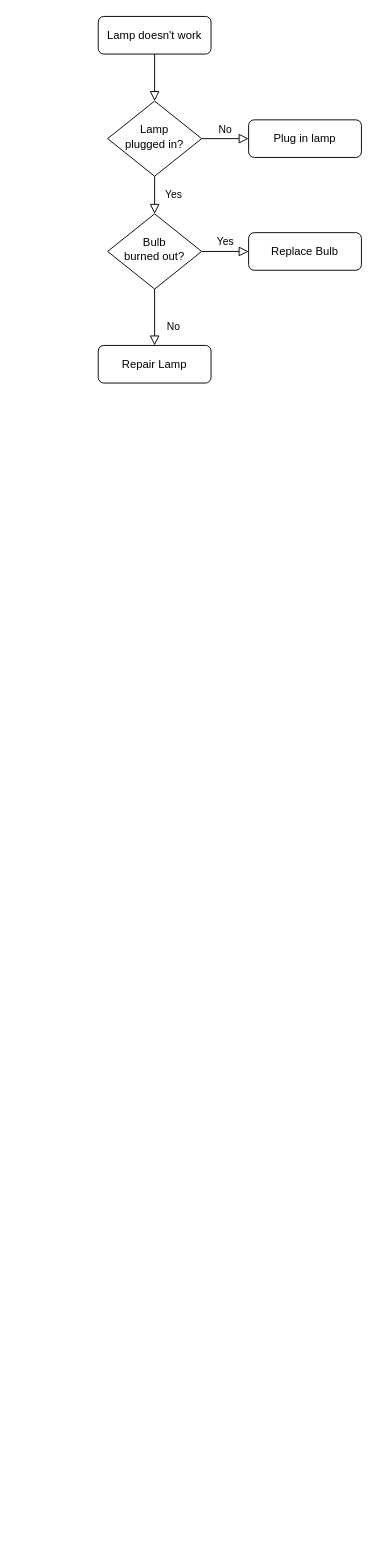
The draw.io diagram itsmcreateapp.drawio in enchanter1cl/test-demo, before the edit. Source tidied: cells renumbered, new cells numbered last; positions are measured from the earlier drawing's top-left corner, leaving out a move shared by most shapes. Both pictures are drawn from the tidied source at 94%, with x=0, y=0 at pixel (98, 16).
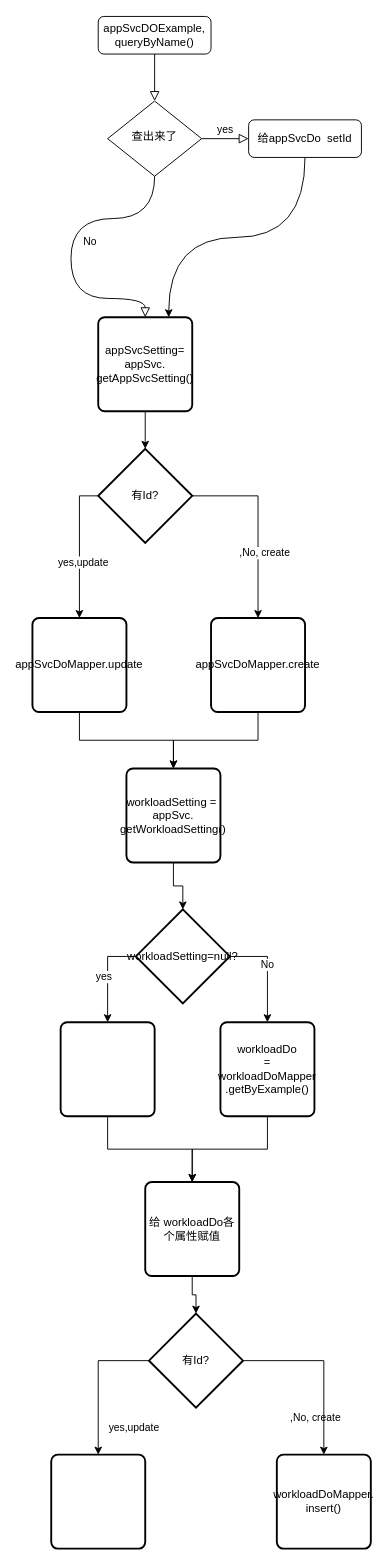
The same diagram, later.

Diff of the diagram source:
```diff
@@
-    <mxCell id="3" value="Lamp doesn't work" style="rounded=1;whiteSpace=wrap;html=1;fontSize=12;glass=0;strokeWidth=1;shadow=0;" parent="1" vertex="1">
+    <mxCell id="3" value="appSvcDOExample, queryByName()" style="rounded=1;whiteSpace=wrap;html=1;fontSize=12;glass=0;strokeWidth=1;shadow=0;" parent="1" vertex="1">
       <mxGeometry width="120" height="40" as="geometry" />
     </mxCell>
-    <mxCell id="4" value="Yes" style="rounded=0;html=1;jettySize=auto;fontSize=11;endArrow=block;endFill=0;endSize=8;strokeWidth=1;shadow=0;labelBackgroundColor=none;edgeStyle=orthogonalEdgeStyle;" parent="1" edge="1" source="6" target="10">
-      <mxGeometry y="20" relative="1" as="geometry" />
+    <mxCell id="4" value="No" style="rounded=0;html=1;jettySize=auto;fontSize=11;endArrow=block;endFill=0;endSize=8;strokeWidth=1;shadow=0;labelBackgroundColor=none;edgeStyle=orthogonalEdgeStyle;exitX=0.5;exitY=1;exitDx=0;exitDy=0;curved=1;entryX=0.5;entryY=0;entryDx=0;entryDy=0;" parent="1" edge="1" source="6" target="15">
+      <mxGeometry y="20" relative="1" as="geometry">
+        <Array as="points">
+          <mxPoint x="60" y="215" />
+          <mxPoint x="-29" y="215" />
+          <mxPoint x="-29" y="300" />
+        </Array>
+      </mxGeometry>
     </mxCell>
-    <mxCell id="5" value="No" style="edgeStyle=orthogonalEdgeStyle;rounded=0;html=1;jettySize=auto;fontSize=11;endArrow=block;endFill=0;endSize=8;strokeWidth=1;shadow=0;labelBackgroundColor=none;" parent="1" edge="1" source="6" target="7">
+    <mxCell id="5" value="yes" style="edgeStyle=orthogonalEdgeStyle;rounded=0;html=1;jettySize=auto;fontSize=11;endArrow=block;endFill=0;endSize=8;strokeWidth=1;shadow=0;labelBackgroundColor=none;" parent="1" edge="1" source="6" target="7">
       <mxGeometry y="10" relative="1" as="geometry" />
     </mxCell>
-    <mxCell id="6" value="Lamp&lt;br&gt;plugged in?" style="rhombus;whiteSpace=wrap;html=1;shadow=0;fontFamily=Helvetica;fontSize=12;align=center;strokeWidth=1;spacing=6;spacingTop=-4;" parent="1" vertex="1">
+    <mxCell id="6" value="查出来了" style="rhombus;whiteSpace=wrap;html=1;shadow=0;fontFamily=Helvetica;fontSize=12;align=center;strokeWidth=1;spacing=6;spacingTop=-4;" parent="1" vertex="1">
       <mxGeometry x="10" y="90" width="100" height="80" as="geometry" />
     </mxCell>
+    <mxCell id="13" style="edgeStyle=orthogonalEdgeStyle;rounded=0;jettySize=auto;html=1;entryX=0.75;entryY=0;entryDx=0;entryDy=0;curved=1;exitX=0.5;exitY=1;exitDx=0;exitDy=0;" parent="1" edge="1" source="7" target="15">
+      <mxGeometry relative="1" as="geometry" />
+    </mxCell>
-    <mxCell id="7" value="Plug in lamp" style="rounded=1;whiteSpace=wrap;html=1;fontSize=12;glass=0;strokeWidth=1;shadow=0;" parent="1" vertex="1">
+    <mxCell id="7" value="给appSvcDo&amp;nbsp; setId" style="rounded=1;whiteSpace=wrap;html=1;fontSize=12;glass=0;strokeWidth=1;shadow=0;" parent="1" vertex="1">
       <mxGeometry x="160" y="110" width="120" height="40" as="geometry" />
     </mxCell>
+    <mxCell id="14" style="edgeStyle=orthogonalEdgeStyle;rounded=0;jettySize=auto;html=1;exitX=0.5;exitY=1;exitDx=0;exitDy=0;entryX=0.5;entryY=0;entryDx=0;entryDy=0;entryPerimeter=0;" parent="1" edge="1" source="15" target="22">
+      <mxGeometry relative="1" as="geometry" />
+    </mxCell>
+    <mxCell id="15" value="appSvcSetting=&lt;br&gt;appSvc.&lt;br&gt;getAppSvcSetting()" style="rounded=1;whiteSpace=wrap;html=1;absoluteArcSize=1;arcSize=14;strokeWidth=2;" parent="1" vertex="1">
+      <mxGeometry y="320" width="100" height="100" as="geometry" />
+    </mxCell>
+    <mxCell id="16" style="edgeStyle=orthogonalEdgeStyle;rounded=0;jettySize=auto;html=1;exitX=0.5;exitY=1;exitDx=0;exitDy=0;" parent="1" edge="1" source="17" target="26">
+      <mxGeometry relative="1" as="geometry" />
+    </mxCell>
+    <mxCell id="17" value="appSvcDoMapper.update" style="rounded=1;whiteSpace=wrap;html=1;absoluteArcSize=1;arcSize=14;strokeWidth=2;" parent="1" vertex="1">
+      <mxGeometry x="-70" y="640" width="100" height="100" as="geometry" />
+    </mxCell>
+    <mxCell id="18" style="edgeStyle=orthogonalEdgeStyle;rounded=0;jettySize=auto;html=1;exitX=0;exitY=0.5;exitDx=0;exitDy=0;exitPerimeter=0;entryX=0.5;entryY=0;entryDx=0;entryDy=0;" parent="1" edge="1" source="22" target="17">
+      <mxGeometry relative="1" as="geometry" />
+    </mxCell>
+    <mxCell id="19" value="yes,update" style="edgeLabel;html=1;align=center;verticalAlign=middle;" parent="18" vertex="1">
+      <mxGeometry x="0.2" y="3" relative="1" as="geometry" />
+    </mxCell>
+    <mxCell id="20" style="edgeStyle=orthogonalEdgeStyle;rounded=0;jettySize=auto;html=1;entryX=0.5;entryY=0;entryDx=0;entryDy=0;" parent="1" edge="1" source="22" target="24">
+      <mxGeometry relative="1" as="geometry" />
+    </mxCell>
+    <mxCell id="21" value=",No, create" style="edgeLabel;html=1;align=center;verticalAlign=middle;" parent="20" vertex="1">
+      <mxGeometry x="0.3" y="4" relative="1" as="geometry">
+        <mxPoint x="2" as="offset" />
+      </mxGeometry>
+    </mxCell>
+    <mxCell id="22" value="有Id?" style="strokeWidth=2;html=1;shape=mxgraph.flowchart.decision;whiteSpace=wrap;" parent="1" vertex="1">
+      <mxGeometry y="460" width="100" height="100" as="geometry" />
+    </mxCell>
+    <mxCell id="23" style="edgeStyle=orthogonalEdgeStyle;rounded=0;jettySize=auto;html=1;entryX=0.5;entryY=0;entryDx=0;entryDy=0;" parent="1" edge="1" source="24" target="26">
+      <mxGeometry relative="1" as="geometry" />
+    </mxCell>
+    <mxCell id="24" value="appSvcDoMapper.create" style="rounded=1;whiteSpace=wrap;html=1;absoluteArcSize=1;arcSize=14;strokeWidth=2;" parent="1" vertex="1">
+      <mxGeometry x="120" y="640" width="100" height="100" as="geometry" />
+    </mxCell>
+    <mxCell id="25" style="edgeStyle=orthogonalEdgeStyle;rounded=0;jettySize=auto;html=1;exitX=0.5;exitY=1;exitDx=0;exitDy=0;entryX=0.5;entryY=0;entryDx=0;entryDy=0;entryPerimeter=0;" parent="1" edge="1" source="26" target="30">
+      <mxGeometry relative="1" as="geometry" />
+    </mxCell>
+    <mxCell id="26" value="workloadSetting =&amp;nbsp;&lt;br&gt;appSvc.&lt;br&gt;getWorkloadSetting()" style="rounded=1;whiteSpace=wrap;html=1;absoluteArcSize=1;arcSize=14;strokeWidth=2;" parent="1" vertex="1">
+      <mxGeometry x="30" y="800" width="100" height="100" as="geometry" />
+    </mxCell>
+    <mxCell id="27" style="edgeStyle=orthogonalEdgeStyle;rounded=0;jettySize=auto;html=1;exitX=1;exitY=0.5;exitDx=0;exitDy=0;exitPerimeter=0;" parent="1" edge="1" source="30" target="34">
+      <mxGeometry relative="1" as="geometry" />
+    </mxCell>
-    <mxCell id="8" value="No" style="rounded=0;html=1;jettySize=auto;fontSize=11;endArrow=block;endFill=0;endSize=8;strokeWidth=1;shadow=0;labelBackgroundColor=none;edgeStyle=orthogonalEdgeStyle;" parent="1" edge="1" source="10" target="11">
-      <mxGeometry x="0.33" y="20" relative="1" as="geometry" />
+    <mxCell id="8" value="No" style="edgeLabel;html=1;align=center;verticalAlign=middle;" parent="27" vertex="1">
+      <mxGeometry x="-0.12" y="-1" relative="1" as="geometry" />
     </mxCell>
-    <mxCell id="9" value="Yes" style="edgeStyle=orthogonalEdgeStyle;rounded=0;html=1;jettySize=auto;fontSize=11;endArrow=block;endFill=0;endSize=8;strokeWidth=1;shadow=0;labelBackgroundColor=none;" parent="1" edge="1" source="10" target="12">
-      <mxGeometry y="10" relative="1" as="geometry" />
-    </mxCell>
-    <mxCell id="10" value="Bulb&lt;br&gt;burned out?" style="rhombus;whiteSpace=wrap;html=1;shadow=0;fontFamily=Helvetica;fontSize=12;align=center;strokeWidth=1;spacing=6;spacingTop=-4;" parent="1" vertex="1">
-      <mxGeometry x="10" y="210" width="100" height="80" as="geometry" />
-    </mxCell>
-    <mxCell id="11" value="Repair Lamp" style="rounded=1;whiteSpace=wrap;html=1;fontSize=12;glass=0;strokeWidth=1;shadow=0;" parent="1" vertex="1">
-      <mxGeometry y="350" width="120" height="40" as="geometry" />
-    </mxCell>
-    <mxCell id="12" value="Replace Bulb" style="rounded=1;whiteSpace=wrap;html=1;fontSize=12;glass=0;strokeWidth=1;shadow=0;" parent="1" vertex="1">
-      <mxGeometry x="160" y="230" width="120" height="40" as="geometry" />
-    </mxCell>
+    <mxCell id="28" style="edgeStyle=orthogonalEdgeStyle;rounded=0;jettySize=auto;html=1;exitX=0;exitY=0.5;exitDx=0;exitDy=0;exitPerimeter=0;entryX=0.5;entryY=0;entryDx=0;entryDy=0;" parent="1" edge="1" source="30" target="32">
+      <mxGeometry relative="1" as="geometry" />
+    </mxCell>
+    <mxCell id="29" value="yes" style="edgeLabel;html=1;align=center;verticalAlign=middle;" parent="28" vertex="1">
+      <mxGeometry x="0.02" y="-5" relative="1" as="geometry" />
+    </mxCell>
+    <mxCell id="30" value="workloadSetting=null?" style="strokeWidth=2;html=1;shape=mxgraph.flowchart.decision;whiteSpace=wrap;" parent="1" vertex="1">
+      <mxGeometry x="40" y="950" width="100" height="100" as="geometry" />
+    </mxCell>
+    <mxCell id="31" style="edgeStyle=orthogonalEdgeStyle;rounded=0;jettySize=auto;html=1;exitX=0.5;exitY=1;exitDx=0;exitDy=0;entryX=0.5;entryY=0;entryDx=0;entryDy=0;" parent="1" edge="1" source="32" target="36">
+      <mxGeometry relative="1" as="geometry" />
+    </mxCell>
+    <mxCell id="32" style="rounded=1;whiteSpace=wrap;html=1;absoluteArcSize=1;arcSize=14;strokeWidth=2;" parent="1" vertex="1">
+      <mxGeometry x="-40" y="1070" width="100" height="100" as="geometry" />
+    </mxCell>
+    <mxCell id="33" style="edgeStyle=orthogonalEdgeStyle;rounded=0;jettySize=auto;html=1;exitX=0.5;exitY=1;exitDx=0;exitDy=0;entryX=0.5;entryY=0;entryDx=0;entryDy=0;" parent="1" edge="1" source="34" target="36">
+      <mxGeometry relative="1" as="geometry" />
+    </mxCell>
+    <mxCell id="34" value="workloadDo&lt;br&gt;=&lt;br&gt;workloadDoMapper&lt;br&gt;.getByExample()" style="rounded=1;whiteSpace=wrap;html=1;absoluteArcSize=1;arcSize=14;strokeWidth=2;" parent="1" vertex="1">
+      <mxGeometry x="130" y="1070" width="100" height="100" as="geometry" />
+    </mxCell>
+    <mxCell id="35" style="edgeStyle=orthogonalEdgeStyle;rounded=0;jettySize=auto;html=1;exitX=0.5;exitY=1;exitDx=0;exitDy=0;entryX=0.5;entryY=0;entryDx=0;entryDy=0;entryPerimeter=0;" parent="1" edge="1" source="36" target="41">
+      <mxGeometry relative="1" as="geometry" />
+    </mxCell>
+    <mxCell id="36" value="给 workloadDo各个属性赋值" style="rounded=1;whiteSpace=wrap;html=1;absoluteArcSize=1;arcSize=14;strokeWidth=2;" parent="1" vertex="1">
+      <mxGeometry x="50" y="1240" width="100" height="100" as="geometry" />
+    </mxCell>
+    <mxCell id="37" value="yes,update" style="edgeLabel;html=1;align=center;verticalAlign=middle;" parent="1" vertex="1">
+      <mxGeometry x="37" y="1500" as="geometry" />
+    </mxCell>
+    <mxCell id="38" value=",No, create" style="edgeLabel;html=1;align=center;verticalAlign=middle;" parent="1" vertex="1">
+      <mxGeometry x="230" y="1490" as="geometry" />
+    </mxCell>
+    <mxCell id="39" style="edgeStyle=orthogonalEdgeStyle;rounded=0;jettySize=auto;html=1;exitX=0;exitY=0.5;exitDx=0;exitDy=0;exitPerimeter=0;entryX=0.5;entryY=0;entryDx=0;entryDy=0;" parent="1" edge="1" source="41" target="42">
+      <mxGeometry relative="1" as="geometry" />
+    </mxCell>
+    <mxCell id="40" style="edgeStyle=orthogonalEdgeStyle;rounded=0;jettySize=auto;html=1;exitX=1;exitY=0.5;exitDx=0;exitDy=0;exitPerimeter=0;" parent="1" edge="1" source="41" target="43">
+      <mxGeometry relative="1" as="geometry" />
+    </mxCell>
+    <mxCell id="41" value="有Id?" style="strokeWidth=2;html=1;shape=mxgraph.flowchart.decision;whiteSpace=wrap;" parent="1" vertex="1">
+      <mxGeometry x="54" y="1380" width="100" height="100" as="geometry" />
+    </mxCell>
+    <mxCell id="42" style="rounded=1;whiteSpace=wrap;html=1;absoluteArcSize=1;arcSize=14;strokeWidth=2;" parent="1" vertex="1">
+      <mxGeometry x="-50" y="1530" width="100" height="100" as="geometry" />
+    </mxCell>
+    <mxCell id="43" value="workloadDoMapper.&lt;br&gt;insert()" style="rounded=1;whiteSpace=wrap;html=1;absoluteArcSize=1;arcSize=14;strokeWidth=2;" parent="1" vertex="1">
+      <mxGeometry x="190" y="1530" width="100" height="100" as="geometry" />
+    </mxCell>
```
